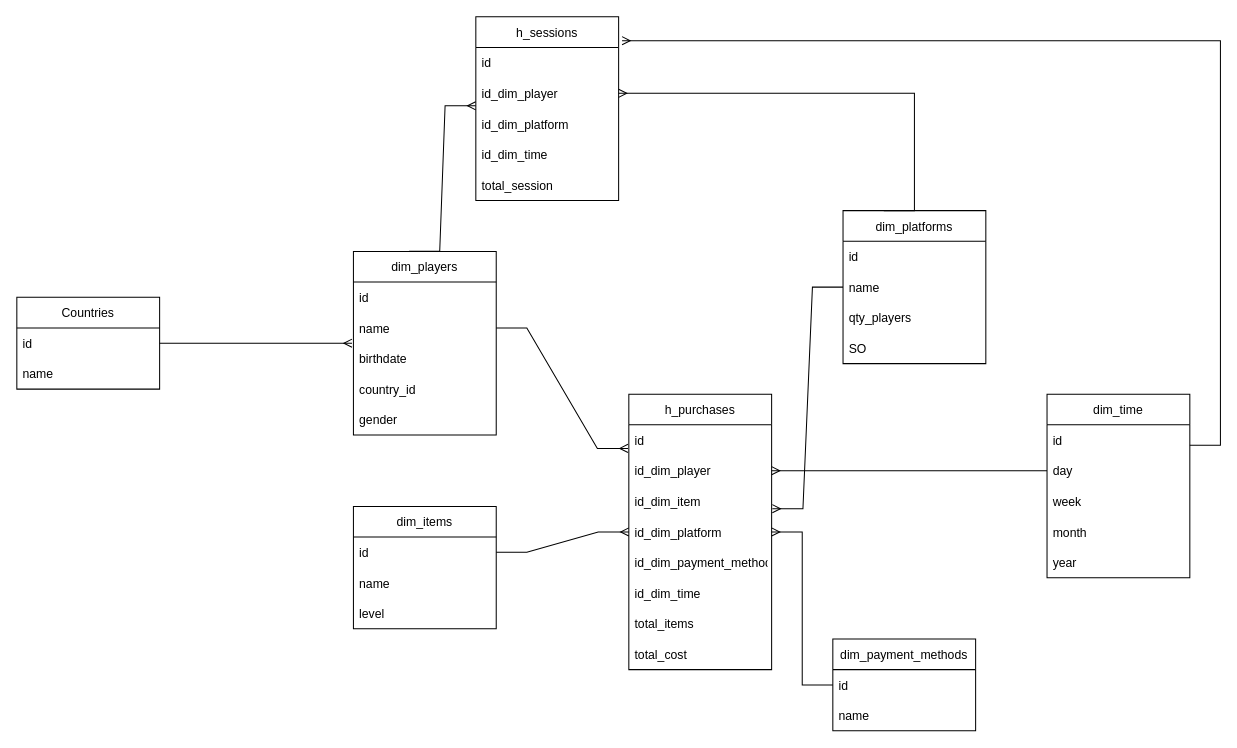
Earlier version of the draw.io diagram Modelo DW.drawio (MarUser04/Bases-II---UNET). Source tidied: cells renumbered, new cells numbered last; positions are measured from the earlier drawing's top-left corner, leaving out a move shared by most shapes. Both pictures are drawn from the tidied source at 102%, with x=0, y=0 at pixel (16, 16).
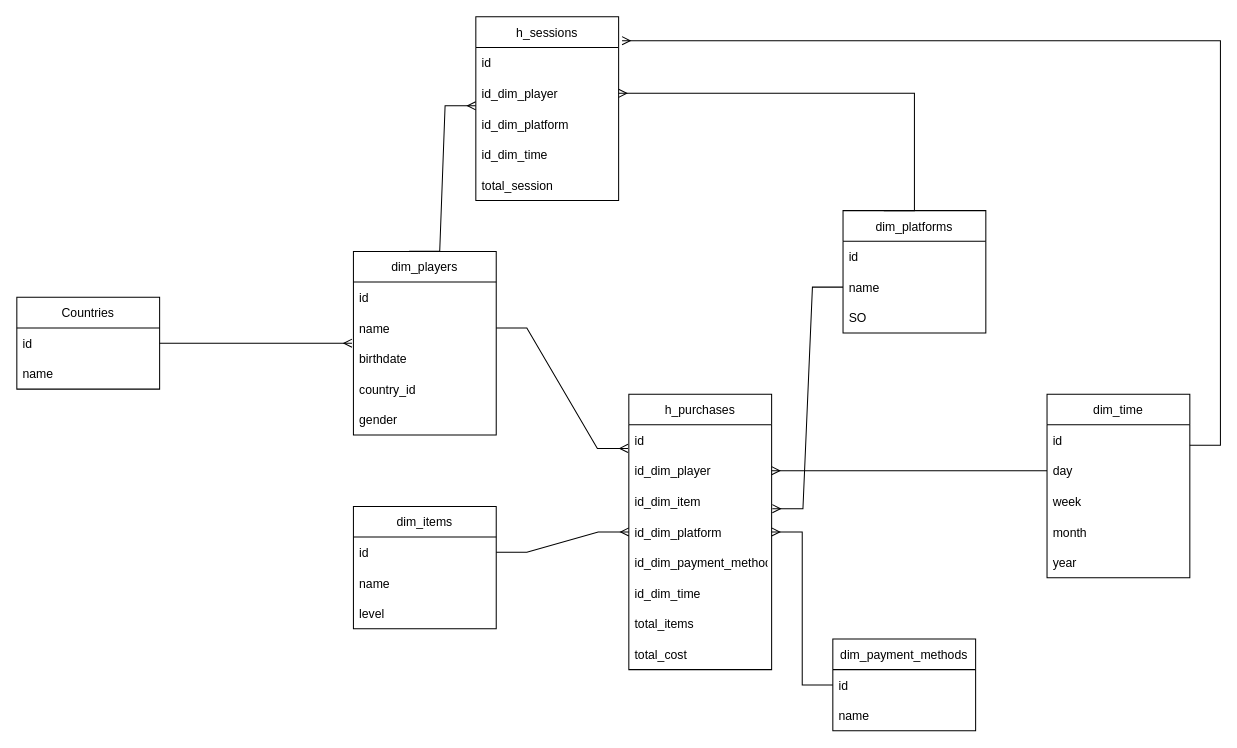
After the change.

The edit, as a diff of the source:
```diff
@@
     <mxCell id="12" value="dim_platforms" style="swimlane;fontStyle=0;horizontal=1;startSize=30;" parent="1" vertex="1">
-      <mxGeometry x="810" y="190" width="140" height="150" as="geometry" />
+      <mxGeometry x="810" y="190" width="140" height="120" as="geometry" />
     </mxCell>
@@
-    <mxCell id="15" value="qty_players" style="text;strokeColor=none;fillColor=none;align=left;verticalAlign=middle;spacingLeft=4;spacingRight=4;overflow=hidden;" parent="12" vertex="1">
-      <mxGeometry y="90" width="140" height="30" as="geometry" />
-    </mxCell>
     <mxCell id="16" value="SO" style="text;strokeColor=none;fillColor=none;align=left;verticalAlign=middle;spacingLeft=4;spacingRight=4;overflow=hidden;" parent="12" vertex="1">
-      <mxGeometry y="120" width="140" height="30" as="geometry" />
+      <mxGeometry y="90" width="140" height="30" as="geometry" />
     </mxCell>
```
